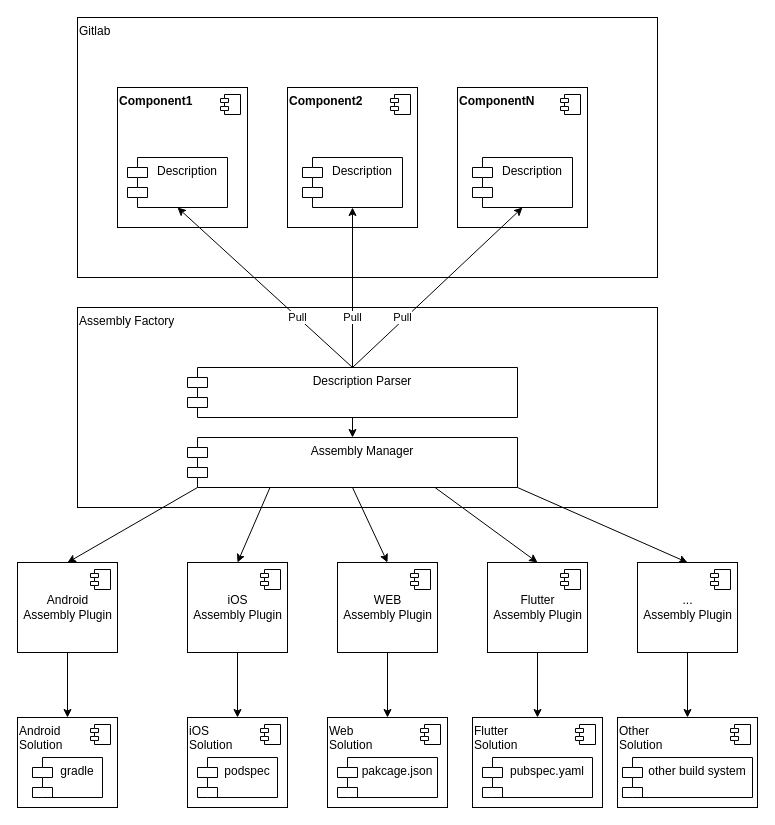
Before: assembly-plant.drawio in kwhitestone/drawio, a draw.io diagram. Source tidied: cells renumbered, new cells numbered last; positions are measured from the earlier drawing's top-left corner, leaving out a move shared by most shapes. Both pictures are drawn from the tidied source at 100%, with x=0, y=0 at pixel (17, 17).
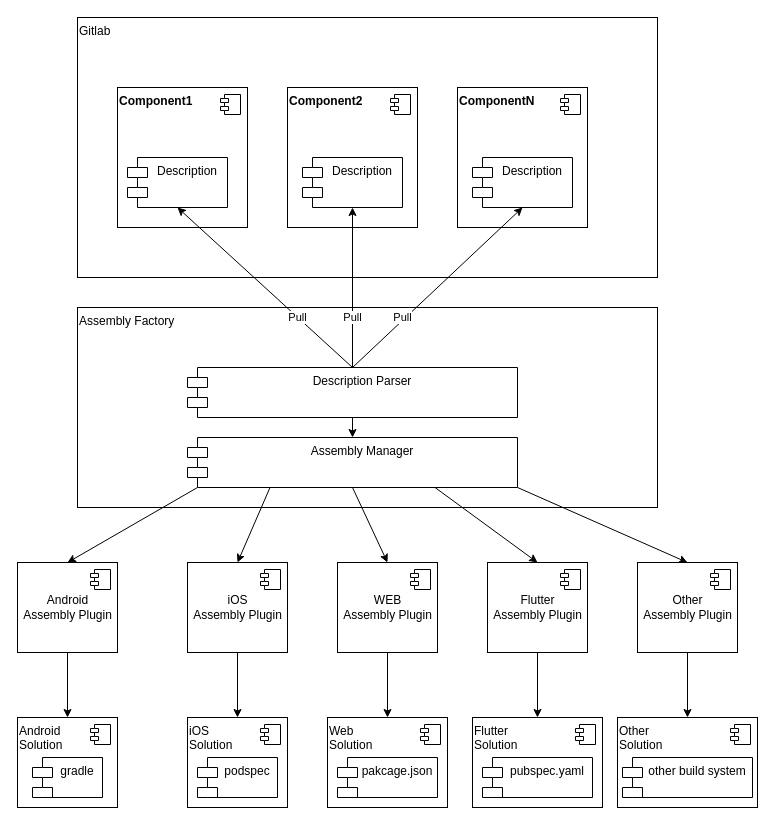
After the change.

Change to the diagram source:
```diff
@@
-    <mxCell id="41" value="...&lt;br&gt;Assembly Plugin" style="html=1;" parent="1" vertex="1">
+    <mxCell id="41" value="Other&lt;br&gt;Assembly Plugin" style="html=1;" parent="1" vertex="1">
       <mxGeometry x="620" y="545" width="100" height="90" as="geometry" />
     </mxCell>
```
